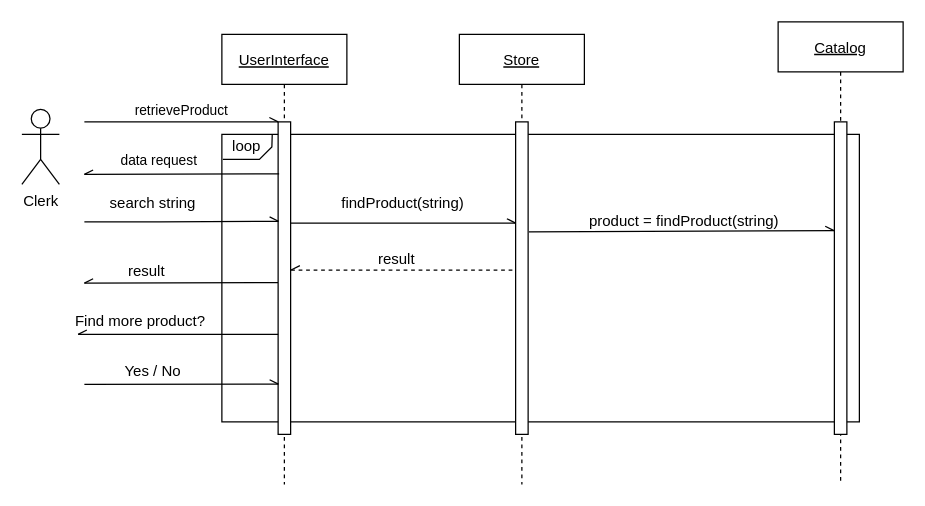
vinnyyo/GroupProject1 keeps this draw.io diagram as Doc/Sequence Diagrams/Diagram 7.drawio. Above is the earlier version. Source tidied: cells renumbered, new cells numbered last; positions are measured from the earlier drawing's top-left corner, leaving out a move shared by most shapes. Both pictures are drawn from the tidied source at 125%, with x=0, y=0 at pixel (21, 21).
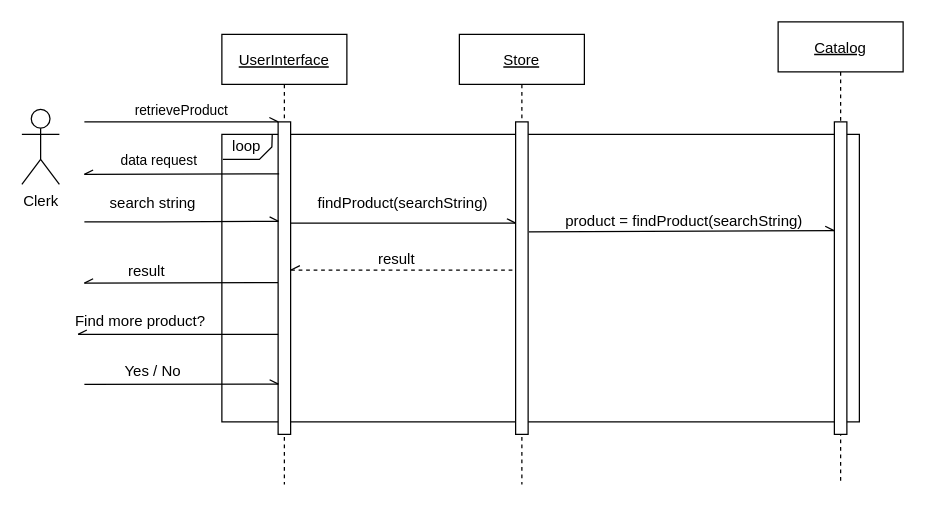
After the change.

The edit, as a diff of the source:
```diff
@@
-    <mxCell id="15" value="&lt;div&gt;findProduct(string)&lt;/div&gt;" style="text;html=1;strokeColor=none;fillColor=none;align=center;verticalAlign=middle;whiteSpace=wrap;rounded=0;" parent="1" vertex="1">
+    <mxCell id="15" value="&lt;div&gt;findProduct(searchString)&lt;/div&gt;" style="text;html=1;strokeColor=none;fillColor=none;align=center;verticalAlign=middle;whiteSpace=wrap;rounded=0;" parent="1" vertex="1">
       <mxGeometry x="230" y="135" width="150" height="20" as="geometry" />
     </mxCell>
@@
-    <mxCell id="27" value="product = findProduct(string)" style="text;html=1;strokeColor=none;fillColor=none;align=center;verticalAlign=middle;whiteSpace=wrap;rounded=0;" parent="1" vertex="1">
+    <mxCell id="27" value="&lt;div&gt;product = findProduct(searchString)&lt;/div&gt;" style="text;html=1;strokeColor=none;fillColor=none;align=center;verticalAlign=middle;whiteSpace=wrap;rounded=0;" parent="1" vertex="1">
       <mxGeometry x="420" y="150" width="220" height="20" as="geometry" />
     </mxCell>
```
